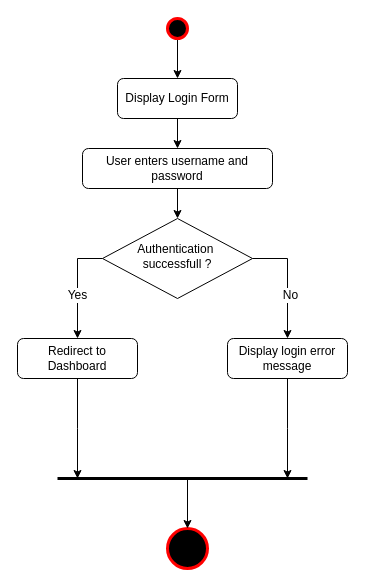
Before: page "Login" (2 of 15) of Activity Diagram.drawio in shamim36/Final-Defence-Diagram, a draw.io diagram. Source tidied: cells renumbered, new cells numbered last; positions are measured from the earlier drawing's top-left corner, leaving out a move shared by most shapes. Both pictures are drawn from the tidied source at 100%, with x=0, y=0 at pixel (17, 18).
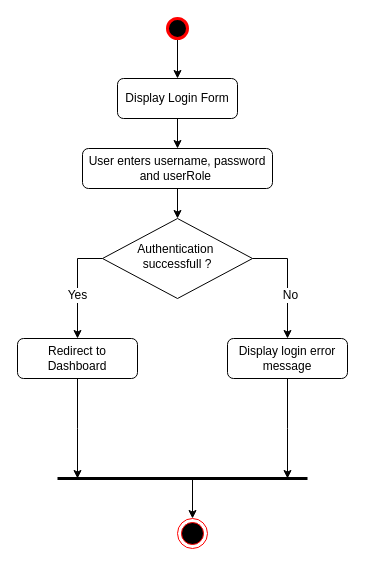
The same diagram, later.

Diff of the diagram source:
```diff
@@
-    <mxCell id="10" value="User enters username and password" style="rounded=1;whiteSpace=wrap;html=1;fontSize=12;glass=0;strokeWidth=1;shadow=0;" parent="1" vertex="1">
+    <mxCell id="10" value="User enters username, password and userRole&amp;nbsp;" style="rounded=1;whiteSpace=wrap;html=1;fontSize=12;glass=0;strokeWidth=1;shadow=0;" parent="1" vertex="1">
       <mxGeometry x="65" y="130" width="190" height="40" as="geometry" />
     </mxCell>
@@
-    <mxCell id="12" style="strokeWidth=3;html=1;shape=mxgraph.flowchart.start_2;whiteSpace=wrap;sketch=0;fillStyle=solid;strokeColor=light-dark(#FF0000,#EDEDED);align=center;verticalAlign=middle;fontFamily=Helvetica;fontSize=12;fontColor=default;fillColor=#000000;" parent="1" vertex="1">
-      <mxGeometry x="150" y="510" width="40" height="40" as="geometry" />
-    </mxCell>
@@
-    <mxCell id="19" style="endArrow=classic;html=1;rounded=0;fontFamily=Helvetica;fontSize=12;fontColor=default;entryX=0.5;entryY=0;entryDx=0;entryDy=0;entryPerimeter=0;" parent="1" edge="1" target="12">
+    <mxCell id="19" style="endArrow=classic;html=1;rounded=0;fontFamily=Helvetica;fontSize=12;fontColor=default;entryX=0.5;entryY=0;entryDx=0;entryDy=0;" parent="1" edge="1" target="20">
       <mxGeometry relative="1" as="geometry">
-        <mxPoint x="170" y="460" as="sourcePoint" />
+        <mxPoint x="175" y="460" as="sourcePoint" />
       </mxGeometry>
     </mxCell>
+    <mxCell id="20" style="ellipse;html=1;shape=endState;fillColor=#000000;strokeColor=#ff0000;" parent="1" vertex="1">
+      <mxGeometry x="160" y="500" width="30" height="30" as="geometry" />
+    </mxCell>
```
